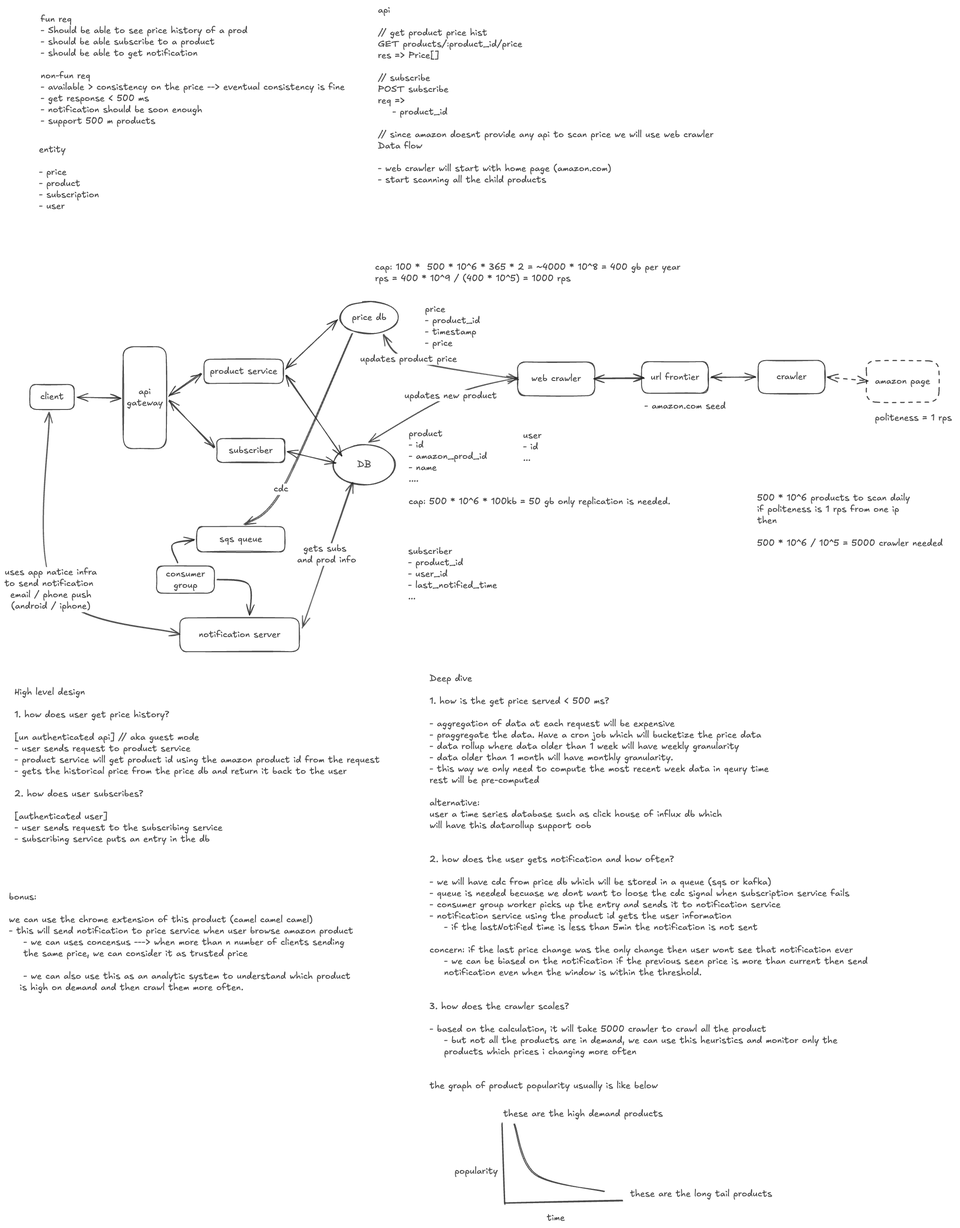
Earlier version of the Excalidraw export hellow-interview/pngs/price_tracking_system.png (jojo8775/system_design). Source tidied: one line per element, renumbered; positions are measured from the earlier drawing's top-left corner, leaving out a move shared by most shapes.
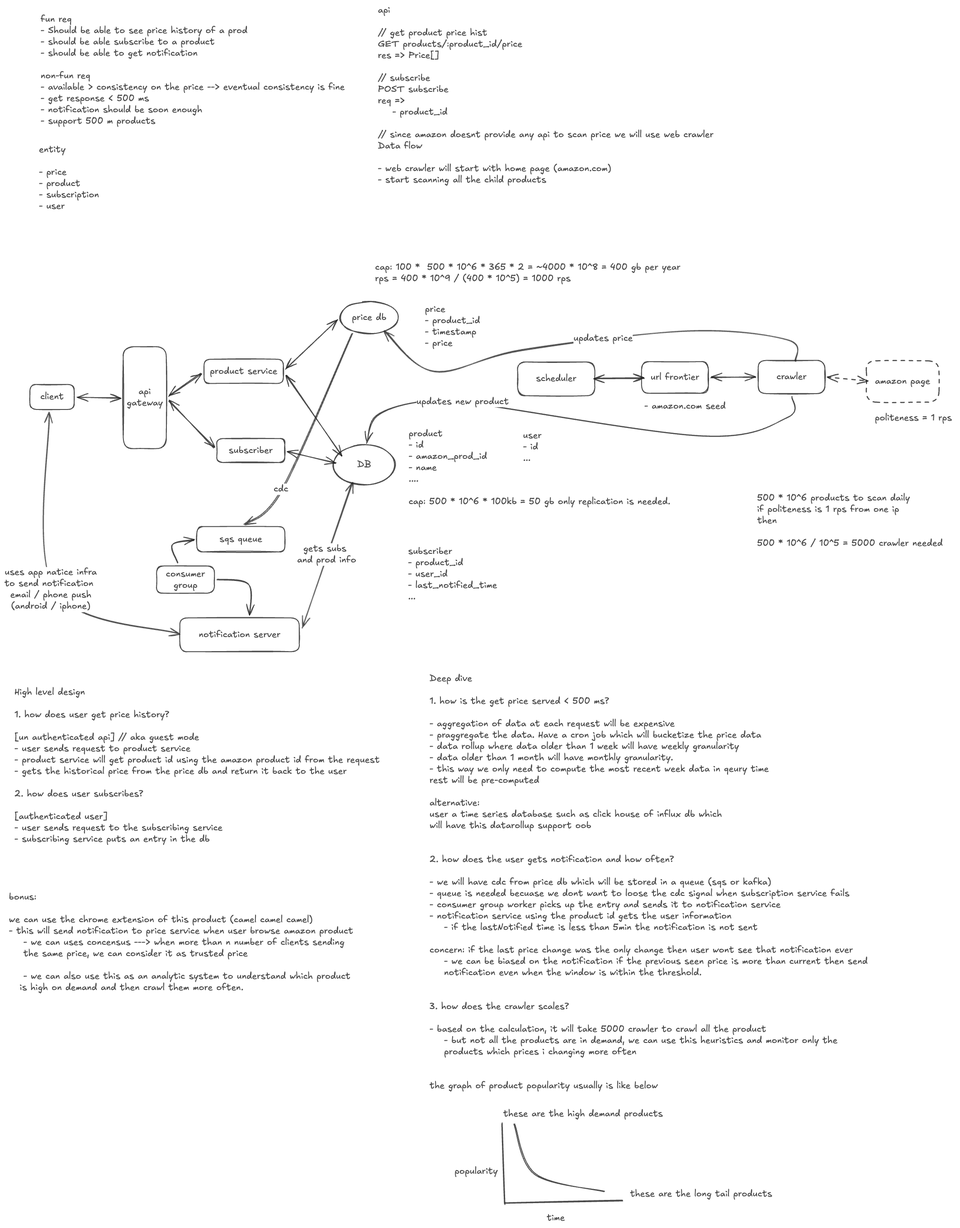
Later version of the same file.

The edit, as a diff of the source:
```diff
@@ -18,11 +18,7 @@
 {"id": 17, "type": "arrow", "strokeColor": "#1e1e1e", "strokeWidth": 2, "roughness": 1, "opacity": 80, "startArrowhead": "arrow", "endArrowhead": "arrow", "round": true, "from": 7, "to": 11, "x": 623, "y": 819, "width": 122, "height": 178, "points": [[0, 0], [122, 178]]}
 {"id": 18, "type": "arrow", "strokeColor": "#1e1e1e", "strokeWidth": 2, "roughness": 1, "opacity": 80, "startArrowhead": "arrow", "endArrowhead": "arrow", "round": true, "from": 7, "to": 14, "x": 623, "y": 805, "width": 114, "height": 108, "points": [[0, 0], [114, -108]]}
 {"id": 19, "type": "rectangle", "strokeColor": "#1e1e1e", "strokeWidth": 2, "roughness": 1, "opacity": 80, "round": true, "x": 1135, "y": 790, "width": 171, "height": 75}
-{"id": 20, "type": "text", "text": "web crawler", "strokeColor": "#1e1e1e", "strokeWidth": 2, "roughness": 1, "opacity": 80, "fontSize": 20, "fontFamily": 5, "textAlign": "center", "verticalAlign": "middle", "inside": 19, "x": 1165, "y": 815, "width": 110, "height": 25}
+{"id": 20, "type": "text", "text": "scheduler", "strokeColor": "#1e1e1e", "strokeWidth": 2, "roughness": 1, "opacity": 80, "fontSize": 20, "fontFamily": 5, "textAlign": "center", "verticalAlign": "middle", "inside": 19, "x": 1175, "y": 815, "width": 90, "height": 25}
-{"id": 21, "type": "arrow", "strokeColor": "#1e1e1e", "strokeWidth": 2, "roughness": 1, "opacity": 80, "startArrowhead": "arrow", "endArrowhead": "arrow", "round": true, "from": 19, "to": 11, "x": 1135, "y": 824, "width": 330, "height": 144, "points": [[0, 0], [-148, 41], [-330, 144]]}
-{"id": 22, "type": "text", "text": "updates new product", "strokeColor": "#1e1e1e", "strokeWidth": 2, "roughness": 1, "opacity": 80, "fontSize": 20, "fontFamily": 5, "textAlign": "center", "verticalAlign": "middle", "inside": 21, "x": 949, "y": 966, "width": 204, "height": 25}
-{"id": 23, "type": "arrow", "strokeColor": "#1e1e1e", "strokeWidth": 2, "roughness": 1, "opacity": 80, "startArrowhead": "arrow", "endArrowhead": "arrow", "round": true, "from": 19, "to": 14, "x": 1135, "y": 827, "width": 297, "height": 98, "points": [[0, 0], [-242, -43], [-297, -98]]}
-{"id": 24, "type": "text", "text": "updates product price", "strokeColor": "#1e1e1e", "strokeWidth": 2, "roughness": 1, "opacity": 80, "fontSize": 20, "fontFamily": 5, "textAlign": "center", "verticalAlign": "middle", "inside": 23, "x": 874, "y": 852, "width": 214, "height": 25}
 {"id": 25, "type": "rectangle", "strokeColor": "#1e1e1e", "strokeWidth": 2, "roughness": 1, "opacity": 80, "round": true, "x": 1409, "y": 789, "width": 148, "height": 70}
 {"id": 26, "type": "text", "text": "url frontier", "strokeColor": "#1e1e1e", "strokeWidth": 2, "roughness": 1, "opacity": 80, "fontSize": 20, "fontFamily": 5, "textAlign": "center", "verticalAlign": "middle", "inside": 25, "x": 1429, "y": 812, "width": 107, "height": 25}
 {"id": 27, "type": "rectangle", "strokeColor": "#1e1e1e", "strokeWidth": 2, "roughness": 1, "opacity": 80, "round": true, "x": 1667, "y": 786, "width": 148, "height": 73}
@@ -66,3 +62,7 @@
 {"id": 65, "type": "text", "text": "these are the long tail products ", "strokeColor": "#1e1e1e", "strokeWidth": 2, "roughness": 1, "opacity": 80, "fontSize": 20, "fontFamily": 5, "x": 1383, "y": 2616, "width": 322, "height": 25}
 {"id": 66, "type": "text", "text": "these are the high demand products", "strokeColor": "#1e1e1e", "strokeWidth": 2, "roughness": 1, "opacity": 80, "fontSize": 20, "fontFamily": 5, "x": 1103, "y": 2439, "width": 353, "height": 25}
 {"id": 67, "type": "text", "text": "bonus: \n\nwe can use the chrome extension of this product (camel camel camel)\n- this will send notification to price service when user browse amazon product \n    - we can uses concensus ---> when more than n number of clients sending\n    the same price, we can consider it as trusted price\n\n    - we can also use this as an analytic system to understand which product \n   is high on demand and then crawl them more often. ", "strokeColor": "#1e1e1e", "strokeWidth": 2, "roughness": 1, "opacity": 80, "fontSize": 20, "fontFamily": 5, "x": 10, "y": 1960, "width": 769, "height": 225}
+{"id": 68, "type": "arrow", "strokeColor": "#1e1e1e", "strokeWidth": 2, "roughness": 1, "opacity": 80, "startArrowhead": "arrow", "round": true, "from": 14, "to": 27, "x": 837, "y": 720, "width": 909, "height": 89, "points": [[0, 0], [110, 89], [303, 43], [672, 1], [892, 20], [909, 67]]}
+{"id": 69, "type": "text", "text": "updates price", "strokeColor": "#1e1e1e", "strokeWidth": 2, "roughness": 1, "opacity": 80, "fontSize": 20, "fontFamily": 5, "textAlign": "center", "verticalAlign": "middle", "inside": 68, "x": 1258, "y": 725, "width": 131, "height": 25}
+{"id": 70, "type": "arrow", "strokeColor": "#1e1e1e", "strokeWidth": 2, "roughness": 1, "opacity": 80, "startArrowhead": "arrow", "round": true, "from": 11, "to": 27, "x": 797, "y": 967, "width": 942, "height": 101, "points": [[0, 0], [21, -58], [108, -88], [216, -89], [743, -16], [931, -55], [942, -101]]}
+{"id": 22, "type": "text", "text": "updates new product", "strokeColor": "#1e1e1e", "strokeWidth": 2, "roughness": 1, "opacity": 80, "fontSize": 20, "fontFamily": 5, "textAlign": "center", "verticalAlign": "middle", "inside": 70, "x": 1015, "y": 879, "width": 204, "height": 25}
```
